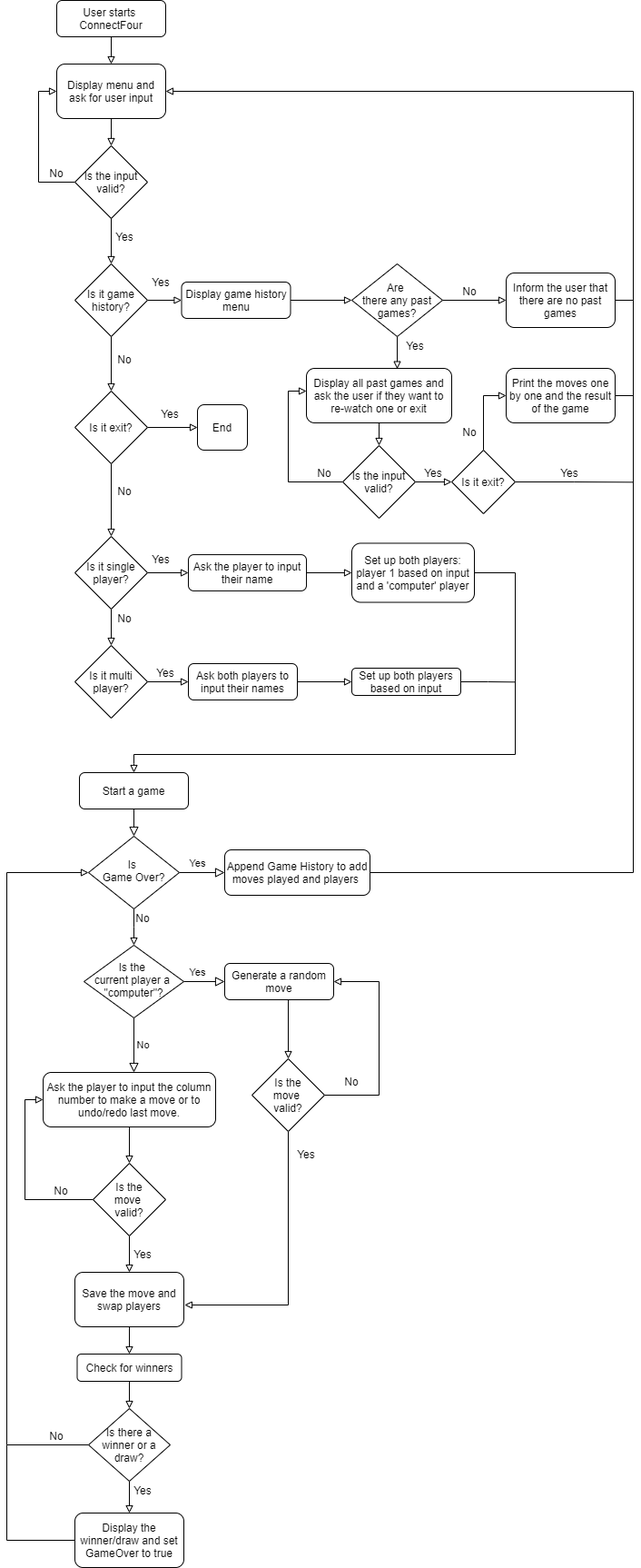
Earlier version of the draw.io export flowchart.png (KlaudiaJaros/ConnectFourGame). Source tidied: cells renumbered, new cells last; positions are measured from the earlier drawing's top-left corner, leaving out a move shared by most shapes.
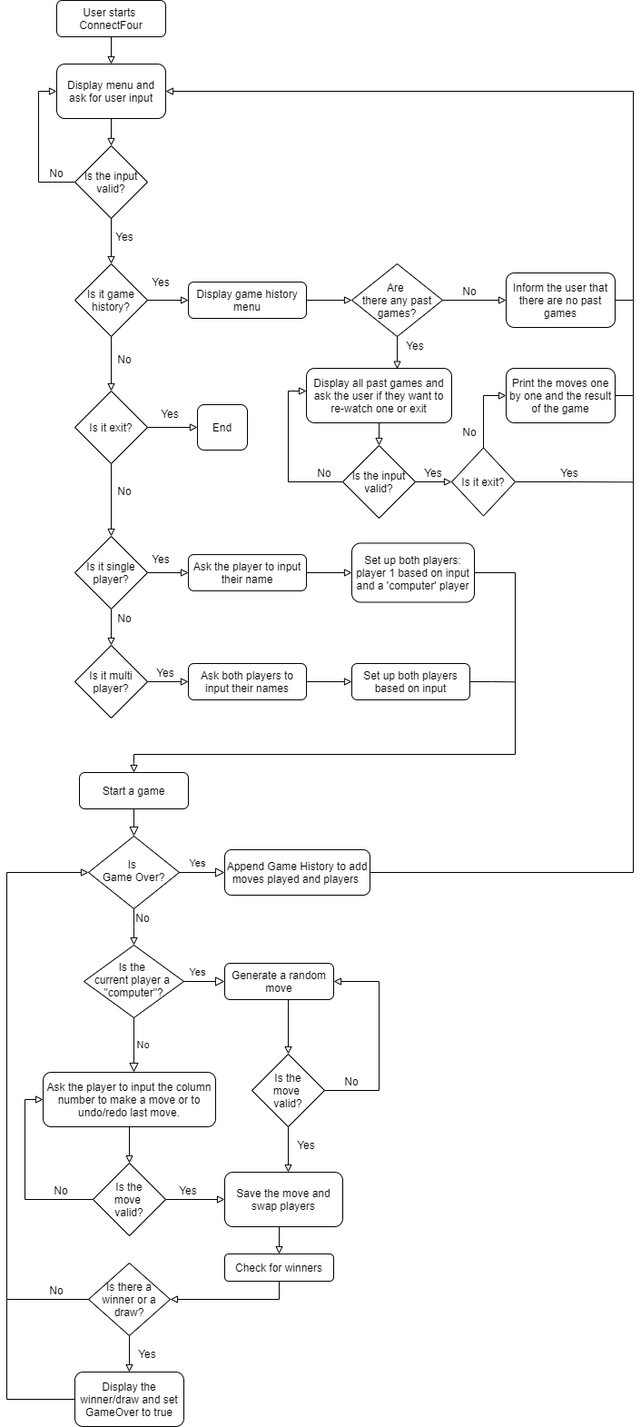
Above is the later version.

What changed in the source:
```diff
@@ -68,22 +68,24 @@
     <mxCell id="17" style="edgeStyle=orthogonalEdgeStyle;rounded=0;jettySize=auto;html=1;exitX=1;exitY=0.5;exitDx=0;exitDy=0;entryX=1;entryY=0.5;entryDx=0;entryDy=0;endArrow=block;endFill=0;" parent="1" edge="1" source="19" target="16">
       <mxGeometry relative="1" as="geometry">
         <Array as="points">
-          <mxPoint x="410" y="1205" />
+          <mxPoint x="410" y="1200" />
           <mxPoint x="410" y="1080" />
         </Array>
       </mxGeometry>
     </mxCell>
-    <mxCell id="18" style="edgeStyle=orthogonalEdgeStyle;rounded=0;jettySize=auto;html=1;exitX=0.5;exitY=1;exitDx=0;exitDy=0;endArrow=block;endFill=0;entryX=1.007;entryY=0.6;entryDx=0;entryDy=0;entryPerimeter=0;" parent="1" edge="1" source="19" target="21">
-      <mxGeometry relative="1" as="geometry" />
+    <mxCell id="18" style="edgeStyle=orthogonalEdgeStyle;rounded=0;jettySize=auto;html=1;exitX=0.5;exitY=1;exitDx=0;exitDy=0;endArrow=block;endFill=0;" parent="1" edge="1" source="19">
+      <mxGeometry relative="1" as="geometry">
+        <mxPoint x="310" y="1290" as="targetPoint" />
+      </mxGeometry>
     </mxCell>
     <mxCell id="19" value="Is the&lt;br&gt;move&amp;nbsp;&lt;br&gt;valid?" style="rhombus;whiteSpace=wrap;html=1;" parent="1" vertex="1">
-      <mxGeometry x="270" y="1165" width="80" height="80" as="geometry" />
+      <mxGeometry x="270" y="1160" width="80" height="80" as="geometry" />
     </mxCell>
     <mxCell id="20" style="edgeStyle=orthogonalEdgeStyle;rounded=0;jettySize=auto;html=1;exitX=0.5;exitY=1;exitDx=0;exitDy=0;entryX=0.5;entryY=0;entryDx=0;entryDy=0;endArrow=block;endFill=0;" parent="1" edge="1" source="21" target="30">
       <mxGeometry relative="1" as="geometry" />
     </mxCell>
     <mxCell id="21" value="Save the move and swap players" style="rounded=1;whiteSpace=wrap;html=1;" parent="1" vertex="1">
-      <mxGeometry x="75" y="1400" width="120" height="60" as="geometry" />
+      <mxGeometry x="240" y="1290" width="130" height="60" as="geometry" />
     </mxCell>
     <mxCell id="22" style="edgeStyle=orthogonalEdgeStyle;rounded=0;jettySize=auto;html=1;exitX=0;exitY=0.5;exitDx=0;exitDy=0;entryX=0;entryY=0.5;entryDx=0;entryDy=0;endArrow=block;endFill=0;" parent="1" edge="1" source="24" target="14">
       <mxGeometry relative="1" as="geometry">
@@ -93,7 +95,7 @@
         </Array>
       </mxGeometry>
     </mxCell>
-    <mxCell id="23" style="edgeStyle=orthogonalEdgeStyle;rounded=0;jettySize=auto;html=1;exitX=0.5;exitY=1;exitDx=0;exitDy=0;entryX=0.5;entryY=0;entryDx=0;entryDy=0;endArrow=block;endFill=0;" parent="1" edge="1" source="24" target="21">
+    <mxCell id="23" style="edgeStyle=orthogonalEdgeStyle;rounded=0;jettySize=auto;html=1;exitX=1;exitY=0.5;exitDx=0;exitDy=0;entryX=0;entryY=0.5;entryDx=0;entryDy=0;endArrow=block;endFill=0;" parent="1" edge="1" source="24" target="21">
       <mxGeometry relative="1" as="geometry" />
     </mxCell>
     <mxCell id="24" value="Is the&lt;br&gt;move&amp;nbsp;&lt;br&gt;valid?" style="rhombus;whiteSpace=wrap;html=1;" parent="1" vertex="1">
@@ -106,16 +108,16 @@
       <mxGeometry x="360" y="1180" width="40" height="20" as="geometry" />
     </mxCell>
     <mxCell id="27" value="Yes" style="text;html=1;strokeColor=none;fillColor=none;align=center;verticalAlign=middle;whiteSpace=wrap;rounded=0;" parent="1" vertex="1">
-      <mxGeometry x="130" y="1370" width="40" height="20" as="geometry" />
+      <mxGeometry x="180" y="1300" width="40" height="20" as="geometry" />
     </mxCell>
     <mxCell id="28" value="Yes" style="text;html=1;strokeColor=none;fillColor=none;align=center;verticalAlign=middle;whiteSpace=wrap;rounded=0;" parent="1" vertex="1">
-      <mxGeometry x="310" y="1260" width="40" height="20" as="geometry" />
+      <mxGeometry x="310" y="1250" width="40" height="20" as="geometry" />
     </mxCell>
-    <mxCell id="29" style="edgeStyle=orthogonalEdgeStyle;rounded=0;jettySize=auto;html=1;exitX=0.5;exitY=1;exitDx=0;exitDy=0;entryX=0.5;entryY=0;entryDx=0;entryDy=0;endArrow=block;endFill=0;" parent="1" edge="1" source="30" target="33">
+    <mxCell id="29" style="edgeStyle=orthogonalEdgeStyle;rounded=0;jettySize=auto;html=1;exitX=0.5;exitY=1;exitDx=0;exitDy=0;entryX=1;entryY=0.5;entryDx=0;entryDy=0;endArrow=block;endFill=0;" parent="1" edge="1" source="30" target="33">
       <mxGeometry relative="1" as="geometry" />
     </mxCell>
     <mxCell id="30" value="Check for winners" style="rounded=1;whiteSpace=wrap;html=1;" parent="1" vertex="1">
-      <mxGeometry x="77.5" y="1490" width="115" height="30" as="geometry" />
+      <mxGeometry x="240" y="1380" width="120" height="30" as="geometry" />
     </mxCell>
     <mxCell id="31" style="edgeStyle=orthogonalEdgeStyle;rounded=0;jettySize=auto;html=1;exitX=0.5;exitY=1;exitDx=0;exitDy=0;entryX=0.5;entryY=0;entryDx=0;entryDy=0;endArrow=block;endFill=0;" parent="1" edge="1" source="33" target="35">
       <mxGeometry relative="1" as="geometry" />
@@ -123,27 +125,27 @@
     <mxCell id="32" style="edgeStyle=orthogonalEdgeStyle;rounded=0;jettySize=auto;html=1;exitX=0;exitY=0.5;exitDx=0;exitDy=0;entryX=0;entryY=0.5;entryDx=0;entryDy=0;endArrow=block;endFill=0;" parent="1" edge="1" source="33" target="7">
       <mxGeometry relative="1" as="geometry">
         <Array as="points">
-          <mxPoint y="1590" />
+          <mxPoint y="1430" />
           <mxPoint y="960" />
         </Array>
       </mxGeometry>
     </mxCell>
     <mxCell id="33" value="Is there a winner or a draw?" style="rhombus;whiteSpace=wrap;html=1;" parent="1" vertex="1">
-      <mxGeometry x="90" y="1550" width="90" height="80" as="geometry" />
+      <mxGeometry x="90" y="1390" width="90" height="80" as="geometry" />
     </mxCell>
     <mxCell id="34" style="edgeStyle=orthogonalEdgeStyle;rounded=0;jettySize=auto;html=1;exitX=0;exitY=0.5;exitDx=0;exitDy=0;endArrow=none;endFill=0;" parent="1" edge="1" source="35">
       <mxGeometry relative="1" as="geometry">
-        <mxPoint y="1590" as="targetPoint" />
+        <mxPoint y="1430" as="targetPoint" />
       </mxGeometry>
     </mxCell>
     <mxCell id="35" value="Display the winner/draw and set GameOver to true" style="rounded=1;whiteSpace=wrap;html=1;" parent="1" vertex="1">
-      <mxGeometry x="75" y="1665" width="120" height="60" as="geometry" />
+      <mxGeometry x="75" y="1510" width="120" height="60" as="geometry" />
     </mxCell>
     <mxCell id="36" value="Yes" style="text;html=1;strokeColor=none;fillColor=none;align=center;verticalAlign=middle;whiteSpace=wrap;rounded=0;" parent="1" vertex="1">
-      <mxGeometry x="130" y="1630" width="40" height="20" as="geometry" />
+      <mxGeometry x="135" y="1480" width="40" height="20" as="geometry" />
     </mxCell>
     <mxCell id="37" value="No" style="text;html=1;strokeColor=none;fillColor=none;align=center;verticalAlign=middle;whiteSpace=wrap;rounded=0;" parent="1" vertex="1">
-      <mxGeometry x="35" y="1570" width="40" height="20" as="geometry" />
+      <mxGeometry x="35" y="1410" width="40" height="20" as="geometry" />
     </mxCell>
     <mxCell id="38" style="edgeStyle=orthogonalEdgeStyle;rounded=0;jettySize=auto;html=1;exitX=0.5;exitY=1;exitDx=0;exitDy=0;entryX=0.5;entryY=0;entryDx=0;entryDy=0;endArrow=block;endFill=0;" parent="1" edge="1" source="39" target="41">
       <mxGeometry relative="1" as="geometry" />
@@ -199,7 +201,7 @@
       <mxGeometry relative="1" as="geometry" />
     </mxCell>
     <mxCell id="55" value="Display game history menu" style="rounded=1;whiteSpace=wrap;html=1;" parent="1" vertex="1">
-      <mxGeometry x="192.5" y="310" width="120" height="40" as="geometry" />
+      <mxGeometry x="200" y="310" width="130" height="40" as="geometry" />
     </mxCell>
     <mxCell id="56" style="edgeStyle=orthogonalEdgeStyle;rounded=0;jettySize=auto;html=1;exitX=1;exitY=0.5;exitDx=0;exitDy=0;endArrow=block;endFill=0;entryX=0;entryY=0.5;entryDx=0;entryDy=0;" parent="1" edge="1" source="58" target="61">
       <mxGeometry relative="1" as="geometry" />
@@ -298,7 +300,7 @@
       <mxGeometry relative="1" as="geometry" />
     </mxCell>
     <mxCell id="84" value="Ask both players to input their names" style="rounded=1;whiteSpace=wrap;html=1;" parent="1" vertex="1">
-      <mxGeometry x="200" y="730" width="120" height="40" as="geometry" />
+      <mxGeometry x="200" y="730" width="130" height="40" as="geometry" />
     </mxCell>
     <mxCell id="85" style="edgeStyle=elbowEdgeStyle;rounded=0;jettySize=auto;html=1;exitX=1;exitY=0.5;exitDx=0;exitDy=0;endArrow=none;endFill=0;" parent="1" edge="1" source="86">
       <mxGeometry relative="1" as="geometry">
@@ -317,7 +319,7 @@
       </mxGeometry>
     </mxCell>
     <mxCell id="88" value="Set up both players based on input" style="rounded=1;whiteSpace=wrap;html=1;" parent="1" vertex="1">
-      <mxGeometry x="380" y="735" width="120" height="30" as="geometry" />
+      <mxGeometry x="380" y="730" width="130" height="40" as="geometry" />
     </mxCell>
     <mxCell id="89" value="Yes" style="text;html=1;strokeColor=none;fillColor=none;align=center;verticalAlign=middle;whiteSpace=wrap;rounded=0;" parent="1" vertex="1">
       <mxGeometry x="155" y="730" width="40" height="20" as="geometry" />
@@ -348,7 +350,7 @@
       </mxGeometry>
     </mxCell>
     <mxCell id="95" value="Is it exit?" style="rhombus;whiteSpace=wrap;html=1;" parent="1" vertex="1">
-      <mxGeometry x="490" y="495" width="70" height="70" as="geometry" />
+      <mxGeometry x="490" y="492.5" width="70" height="75" as="geometry" />
     </mxCell>
     <mxCell id="96" value="Yes" style="text;html=1;strokeColor=none;fillColor=none;align=center;verticalAlign=middle;whiteSpace=wrap;rounded=0;" parent="1" vertex="1">
       <mxGeometry x="600" y="510" width="40" height="20" as="geometry" />
```
